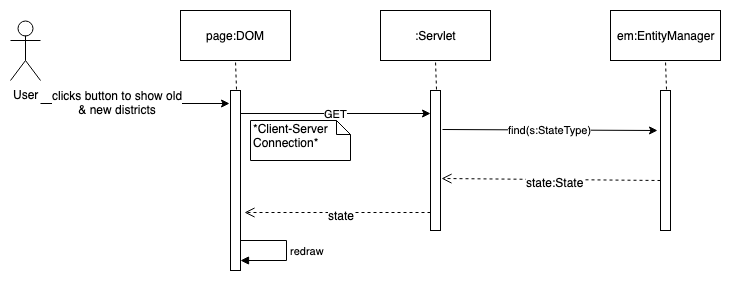
Earlier version of the draw.io export Presentation/SequenceDiagrams/37. Display original and generated congressional districts.png (Randypaquette13/CSE308New). Source tidied: cells renumbered, new cells last; positions are measured from the earlier drawing's top-left corner, leaving out a move shared by most shapes.
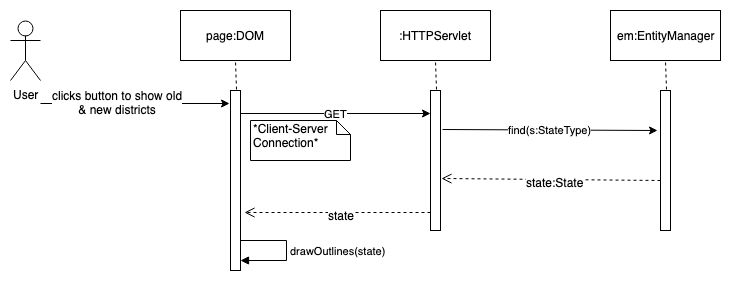
The same diagram one commit later.

Diff of the diagram source:
```diff
@@ -25,7 +25,7 @@
     <mxCell id="8" style="html=1;points=[];perimeter=orthogonalPerimeter;" parent="1" vertex="1">
       <mxGeometry x="420" y="80" width="10" height="140" as="geometry" />
     </mxCell>
-    <mxCell id="9" value=":Servlet" style="html=1;" parent="1" vertex="1">
+    <mxCell id="9" value=":HTTPServlet" style="html=1;" parent="1" vertex="1">
       <mxGeometry x="370" width="110" height="50" as="geometry" />
     </mxCell>
     <mxCell id="10" style="endArrow=none;dashed=1;html=1;entryX=0.5;entryY=1;entryDx=0;entryDy=0;exitX=0.6;exitY=-0.004;exitDx=0;exitDy=0;exitPerimeter=0;" parent="1" edge="1" source="8" target="9">
@@ -65,7 +65,7 @@
     <mxCell id="20" value="state" style="text;html=1;align=center;verticalAlign=middle;labelBackgroundColor=#ffffff;" parent="19" vertex="1">
       <mxGeometry x="-0.04" y="2" relative="1" as="geometry" />
     </mxCell>
-    <mxCell id="21" value="redraw" style="edgeStyle=orthogonalEdgeStyle;html=1;align=left;spacingLeft=2;endArrow=block;rounded=0;" parent="1" edge="1">
+    <mxCell id="21" value="drawOutlines(state)" style="edgeStyle=orthogonalEdgeStyle;html=1;align=left;spacingLeft=2;endArrow=block;rounded=0;" parent="1" edge="1">
       <mxGeometry relative="1" as="geometry">
         <mxPoint x="230" y="230" as="sourcePoint" />
         <mxPoint x="230" y="250" as="targetPoint" />
```
